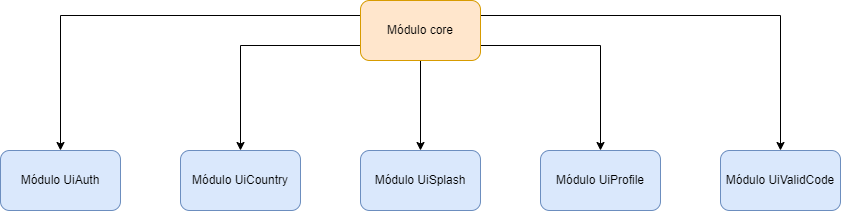
The draw.io diagram docs/img/modules.png in raphaelmaracaipe/portfolio-flutter, before a commit. Source tidied: cells renumbered, new cells last; positions are measured from the earlier drawing's top-left corner, leaving out a move shared by most shapes.
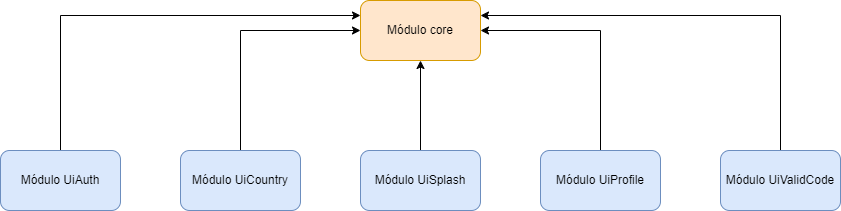
The same diagram one commit later.

Commit message:
Alteração da orientação das setas.

The edit, as a diff of the source:
```diff
@@ -2,36 +2,52 @@
   <root>
     <mxCell id="0" />
     <mxCell id="1" parent="0" />
-    <mxCell id="2" style="edgeStyle=orthogonalEdgeStyle;rounded=0;jettySize=auto;html=1;exitX=1;exitY=0.75;exitDx=0;exitDy=0;entryX=0.5;entryY=0;entryDx=0;entryDy=0;" parent="1" edge="1" source="7" target="11">
-      <mxGeometry relative="1" as="geometry" />
-    </mxCell>
-    <mxCell id="3" style="edgeStyle=orthogonalEdgeStyle;rounded=0;jettySize=auto;html=1;exitX=1;exitY=0.25;exitDx=0;exitDy=0;entryX=0.5;entryY=0;entryDx=0;entryDy=0;" parent="1" edge="1" source="7" target="12">
-      <mxGeometry relative="1" as="geometry" />
-    </mxCell>
-    <mxCell id="4" style="edgeStyle=orthogonalEdgeStyle;rounded=0;jettySize=auto;html=1;exitX=0;exitY=0.75;exitDx=0;exitDy=0;entryX=0.5;entryY=0;entryDx=0;entryDy=0;" parent="1" edge="1" source="7" target="9">
-      <mxGeometry relative="1" as="geometry" />
-    </mxCell>
-    <mxCell id="5" style="edgeStyle=orthogonalEdgeStyle;rounded=0;jettySize=auto;html=1;exitX=0;exitY=0.25;exitDx=0;exitDy=0;entryX=0.5;entryY=0;entryDx=0;entryDy=0;" parent="1" edge="1" source="7" target="8">
-      <mxGeometry relative="1" as="geometry" />
-    </mxCell>
-    <mxCell id="6" style="edgeStyle=orthogonalEdgeStyle;rounded=0;jettySize=auto;html=1;exitX=0.5;exitY=1;exitDx=0;exitDy=0;entryX=0.5;entryY=0;entryDx=0;entryDy=0;" parent="1" edge="1" source="7" target="10">
-      <mxGeometry relative="1" as="geometry" />
-    </mxCell>
     <mxCell id="7" value="Módulo core" style="rounded=1;whiteSpace=wrap;html=1;fillColor=#ffe6cc;strokeColor=#d79b00;" parent="1" vertex="1">
       <mxGeometry x="360" width="120" height="60" as="geometry" />
     </mxCell>
+    <mxCell id="13" style="edgeStyle=orthogonalEdgeStyle;rounded=0;jettySize=auto;html=1;entryX=0;entryY=0.25;entryDx=0;entryDy=0;" parent="1" edge="1" source="8" target="7">
+      <mxGeometry relative="1" as="geometry">
+        <Array as="points">
+          <mxPoint x="60" y="15" />
+        </Array>
+      </mxGeometry>
+    </mxCell>
     <mxCell id="8" value="Módulo UiAuth" style="rounded=1;whiteSpace=wrap;html=1;fillColor=#dae8fc;strokeColor=#6c8ebf;" parent="1" vertex="1">
       <mxGeometry y="150" width="120" height="60" as="geometry" />
     </mxCell>
+    <mxCell id="14" style="edgeStyle=orthogonalEdgeStyle;rounded=0;jettySize=auto;html=1;entryX=0;entryY=0.5;entryDx=0;entryDy=0;" parent="1" edge="1" source="9" target="7">
+      <mxGeometry relative="1" as="geometry">
+        <Array as="points">
+          <mxPoint x="240" y="30" />
+        </Array>
+      </mxGeometry>
+    </mxCell>
     <mxCell id="9" value="Módulo UiCountry" style="rounded=1;whiteSpace=wrap;html=1;fillColor=#dae8fc;strokeColor=#6c8ebf;" parent="1" vertex="1">
       <mxGeometry x="180" y="150" width="120" height="60" as="geometry" />
     </mxCell>
+    <mxCell id="15" style="edgeStyle=orthogonalEdgeStyle;rounded=0;jettySize=auto;html=1;entryX=0.5;entryY=1;entryDx=0;entryDy=0;" parent="1" edge="1" source="10" target="7">
+      <mxGeometry relative="1" as="geometry" />
+    </mxCell>
     <mxCell id="10" value="Módulo UiSplash" style="rounded=1;whiteSpace=wrap;html=1;fillColor=#dae8fc;strokeColor=#6c8ebf;" parent="1" vertex="1">
       <mxGeometry x="360" y="150" width="120" height="60" as="geometry" />
     </mxCell>
+    <mxCell id="16" style="edgeStyle=orthogonalEdgeStyle;rounded=0;jettySize=auto;html=1;entryX=1;entryY=0.5;entryDx=0;entryDy=0;" parent="1" edge="1" source="11" target="7">
+      <mxGeometry relative="1" as="geometry">
+        <Array as="points">
+          <mxPoint x="600" y="30" />
+        </Array>
+      </mxGeometry>
+    </mxCell>
     <mxCell id="11" value="Módulo UiProfile" style="rounded=1;whiteSpace=wrap;html=1;fillColor=#dae8fc;strokeColor=#6c8ebf;" parent="1" vertex="1">
       <mxGeometry x="540" y="150" width="120" height="60" as="geometry" />
     </mxCell>
+    <mxCell id="17" style="edgeStyle=orthogonalEdgeStyle;rounded=0;jettySize=auto;html=1;entryX=1;entryY=0.25;entryDx=0;entryDy=0;" parent="1" edge="1" source="12" target="7">
+      <mxGeometry relative="1" as="geometry">
+        <Array as="points">
+          <mxPoint x="780" y="15" />
+        </Array>
+      </mxGeometry>
+    </mxCell>
     <mxCell id="12" value="Módulo UiValidCode" style="rounded=1;whiteSpace=wrap;html=1;fillColor=#dae8fc;strokeColor=#6c8ebf;" parent="1" vertex="1">
       <mxGeometry x="720" y="150" width="120" height="60" as="geometry" />
     </mxCell>
```
